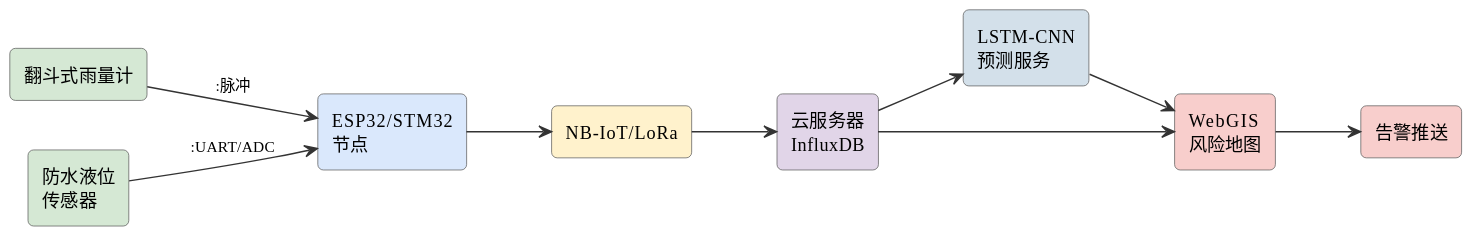
mingyi0818/IntelligentMcuCourse keeps this PlantUML diagram as assets/diagrams/ideas-fig45.svg. Above is the earlier version. The source it was exported from:
```plantuml
@startuml
skinparam defaultFontName "Microsoft YaHei"
skinparam rectangleRoundCorner 8
skinparam rectangleBorderColor #555
skinparam rectangleFontSize 13
skinparam arrowFontSize 11
skinparam arrowColor #333
left to right direction
rectangle "翻斗式雨量计" as rain #d5e8d4
rectangle "防水液位\n传感器" as lvl #d5e8d4
rectangle "ESP32/STM32\n节点" as mcu #dae8fc
rectangle "NB-IoT/LoRa" as nb #fff2cc
rectangle "云服务器\nInfluxDB" as srv #e1d5e8
rectangle "LSTM-CNN\n预测服务" as ml #d3e0ea
rectangle "WebGIS\n风险地图" as gis #f8cecc
rectangle "告警推送" as push #f8cecc
rain --> mcu : :脉冲
lvl --> mcu : :UART/ADC
mcu --> nb
nb --> srv
srv --> ml
ml --> gis
srv --> gis
gis --> push
@enduml
```
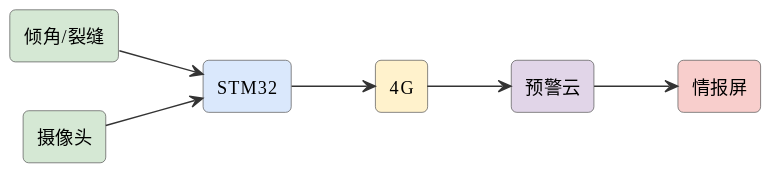
After the change.

What changed in the source:
```diff
@@ -6,20 +6,15 @@
 skinparam arrowFontSize 11
 skinparam arrowColor #333
 left to right direction
-rectangle "翻斗式雨量计" as rain #d5e8d4
-rectangle "防水液位\n传感器" as lvl #d5e8d4
-rectangle "ESP32/STM32\n节点" as mcu #dae8fc
-rectangle "NB-IoT/LoRa" as nb #fff2cc
-rectangle "云服务器\nInfluxDB" as srv #e1d5e8
-rectangle "LSTM-CNN\n预测服务" as ml #d3e0ea
-rectangle "WebGIS\n风险地图" as gis #f8cecc
-rectangle "告警推送" as push #f8cecc
-rain --> mcu : :脉冲
-lvl --> mcu : :UART/ADC
-mcu --> nb
-nb --> srv
-srv --> ml
-ml --> gis
-srv --> gis
-gis --> push
+rectangle "倾角/裂缝" as s #d5e8d4
+rectangle "STM32" as stm #dae8fc
+rectangle "摄像头" as cam #d5e8d4
+rectangle "4G" as g #fff2cc
+rectangle "预警云" as cloud #e1d5e8
+rectangle "情报屏" as scr #f8cecc
+s --> stm
+cam --> stm
+stm --> g
+g --> cloud
+cloud --> scr
 @enduml
```
